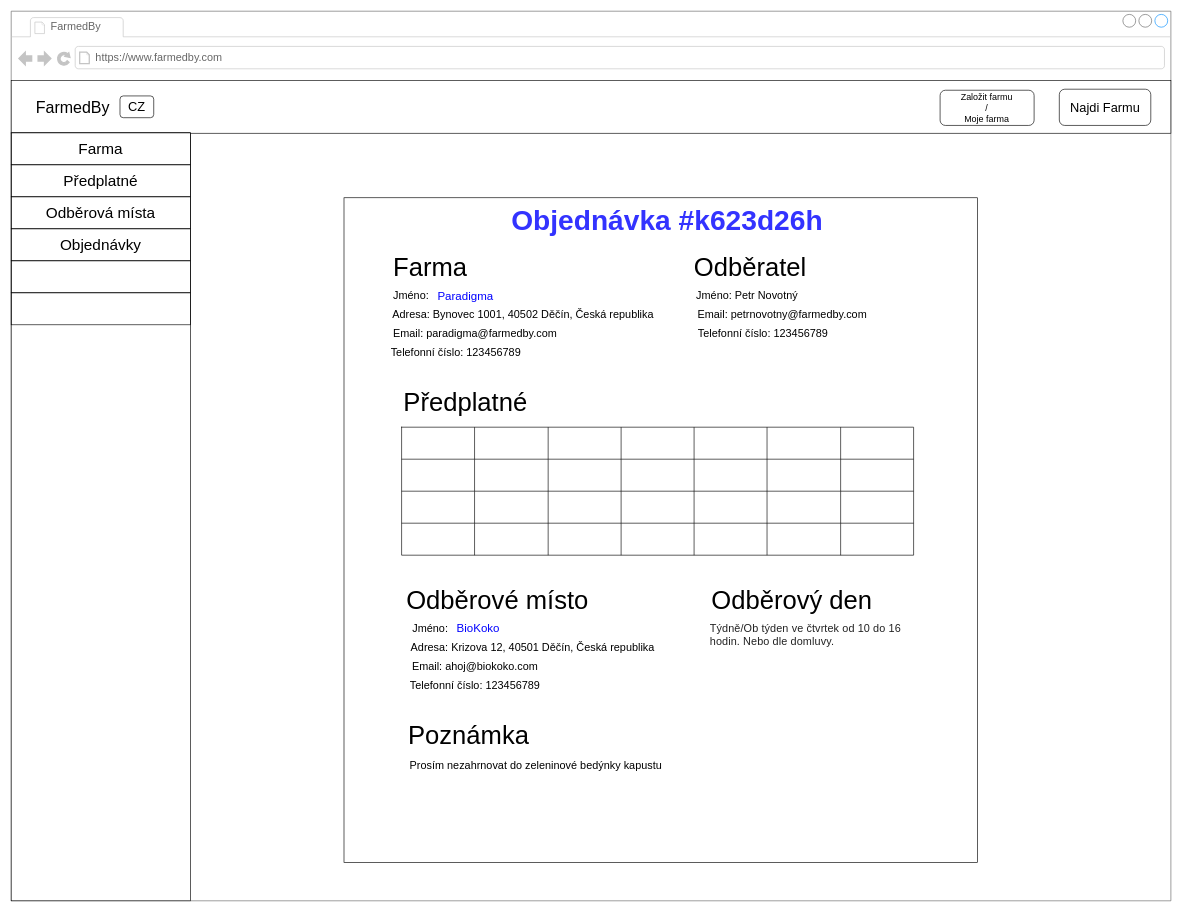
Above: page "Page-7" (7 of 7) of wireframes.drawio in matous94/farmedby (draw.io), before the change. Source tidied: cells renumbered, new cells numbered last; positions are measured from the earlier drawing's top-left corner, leaving out a move shared by most shapes. Both pictures are drawn from the tidied source at 64%, with x=0, y=0 at pixel (11, 11).
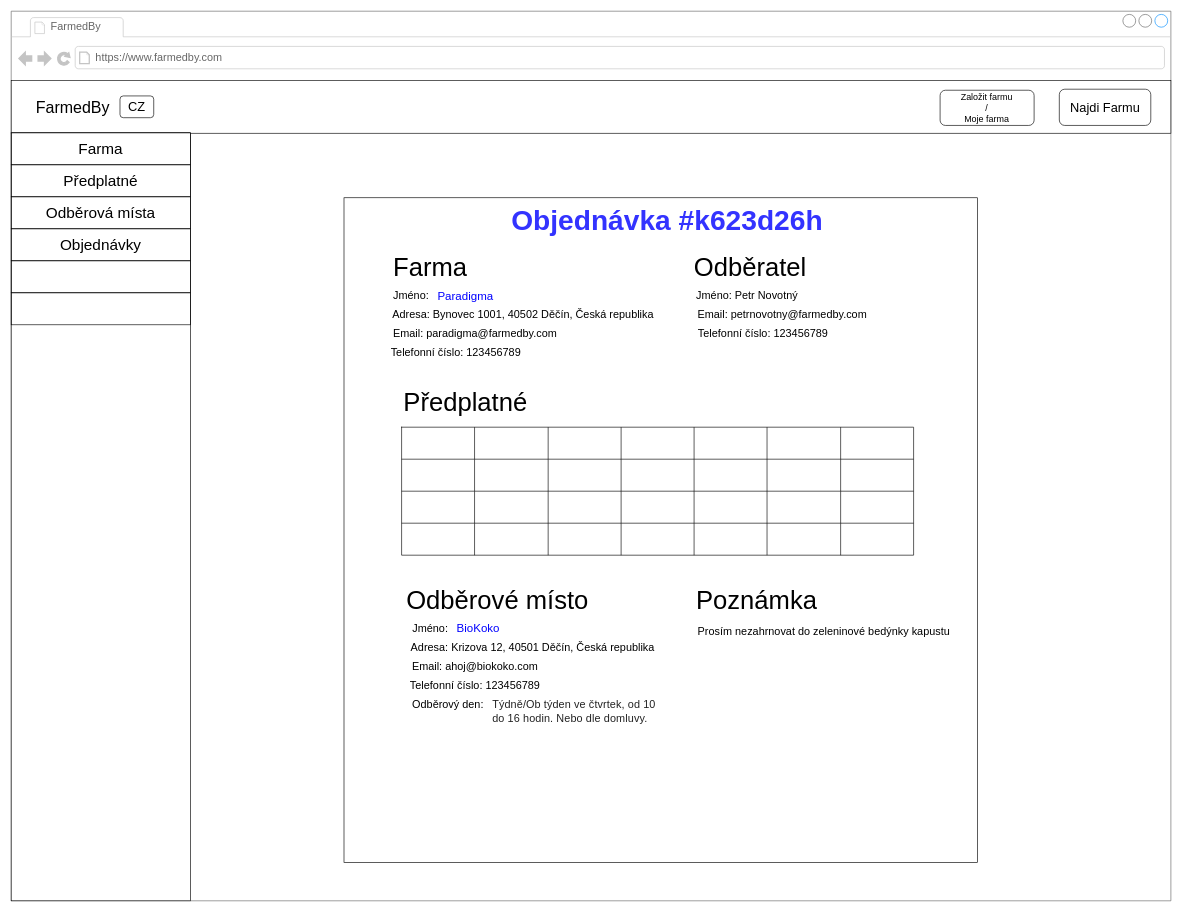
The same page after the edit.

The change refers to these unchanged cells:
```xml
<mxCell id="2" style="group;" parent="1" vertex="1">
  <mxGeometry width="1812" height="1390" as="geometry" />
</mxCell>
```

What changed in the source:
```diff
@@
-    <mxCell id="72" value="&lt;font style=&quot;font-size: 17px&quot;&gt;&lt;span style=&quot;color: rgba(0 , 0 , 0 , 0.87) ; letter-spacing: 0.15008px&quot;&gt;Týdně/Ob týden ve čtvrtek od 10 do 16 hodin. Nebo dle domluvy.&lt;/span&gt;&lt;/font&gt;" style="text;html=1;strokeColor=none;fillColor=none;align=left;verticalAlign=middle;whiteSpace=wrap;rounded=0;fontSize=17;" parent="2" vertex="1">
-      <mxGeometry x="1090" y="950" width="350" height="50" as="geometry" />
-    </mxCell>
-    <mxCell id="73" value="&lt;font style=&quot;font-size: 40px&quot;&gt;Odběrový den&lt;/font&gt;" style="text;html=1;strokeColor=none;fillColor=none;align=center;verticalAlign=middle;whiteSpace=wrap;rounded=0;strokeWidth=1;" parent="2" vertex="1">
-      <mxGeometry x="1090" y="890" width="260" height="60" as="geometry" />
-    </mxCell>
+    <mxCell id="76" value="Odběrový den:&amp;nbsp;" style="text;html=1;strokeColor=none;fillColor=none;align=center;verticalAlign=middle;whiteSpace=wrap;rounded=0;fontSize=17;" parent="2" vertex="1">
+      <mxGeometry x="620" y="1070" width="130" height="30" as="geometry" />
+    </mxCell>
+    <mxCell id="77" style="group;" parent="2" vertex="1">
+      <mxGeometry x="1060" y="890" width="410" height="100" as="geometry" />
+    </mxCell>
-    <mxCell id="74" value="&lt;font style=&quot;font-size: 40px&quot;&gt;Poznámka&lt;/font&gt;" style="text;html=1;strokeColor=none;fillColor=none;align=center;verticalAlign=middle;whiteSpace=wrap;rounded=0;strokeWidth=1;" parent="2" vertex="1">
-      <mxGeometry x="610" y="1100" width="210" height="60" as="geometry" />
+    <mxCell id="74" value="&lt;font style=&quot;font-size: 40px&quot;&gt;Poznámka&lt;/font&gt;" style="text;html=1;strokeColor=none;fillColor=none;align=center;verticalAlign=middle;whiteSpace=wrap;rounded=0;strokeWidth=1;" parent="77" vertex="1">
+      <mxGeometry width="210" height="60" as="geometry" />
     </mxCell>
-    <mxCell id="75" value="Prosím nezahrnovat do zeleninové bedýnky kapustu" style="text;html=1;strokeColor=none;fillColor=none;align=center;verticalAlign=middle;whiteSpace=wrap;rounded=0;fontSize=17;" parent="2" vertex="1">
-      <mxGeometry x="620" y="1160" width="400" height="40" as="geometry" />
+    <mxCell id="75" value="Prosím nezahrnovat do zeleninové bedýnky kapustu" style="text;html=1;strokeColor=none;fillColor=none;align=center;verticalAlign=middle;whiteSpace=wrap;rounded=0;fontSize=17;" parent="77" vertex="1">
+      <mxGeometry x="10" y="60" width="400" height="40" as="geometry" />
     </mxCell>
+    <mxCell id="78" value="&lt;span style=&quot;color: rgba(0 , 0 , 0 , 0.87) ; letter-spacing: 0.15008px&quot;&gt;Týdně/Ob týden ve čtvrtek,&amp;nbsp;&lt;/span&gt;&lt;span style=&quot;color: rgba(0 , 0 , 0 , 0.87) ; letter-spacing: 0.15008px&quot;&gt;od 10 do 16 hodin. Nebo dle domluvy.&lt;/span&gt;" style="text;html=1;strokeColor=none;fillColor=none;align=left;verticalAlign=middle;whiteSpace=wrap;rounded=0;fontSize=17;" parent="2" vertex="1">
+      <mxGeometry x="750" y="1070" width="260" height="50" as="geometry" />
+    </mxCell>
```
